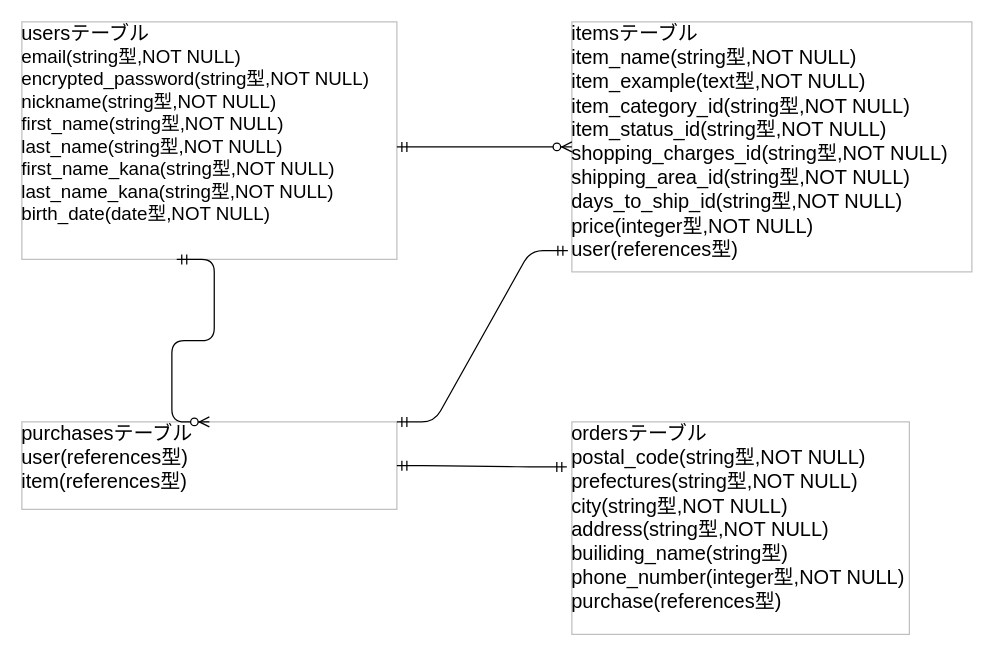
Before: db_design.dio in SK045YXMR/furima-35393, a draw.io diagram. Source tidied: cells renumbered, new cells numbered last; positions are measured from the earlier drawing's top-left corner, leaving out a move shared by most shapes. Both pictures are drawn from the tidied source at 125%, with x=0, y=0 at pixel (21, 21).
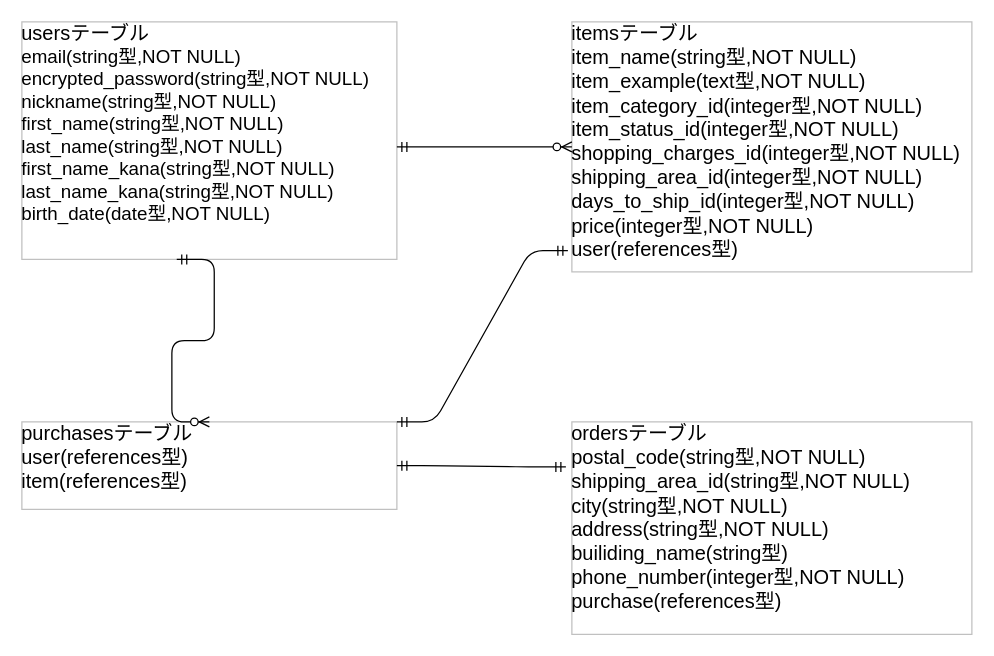
The same page after the edit.

Commit message (it also covers changes not shown here):
修正3:単数系から複数形及びitemsテーブルのカラムと同名のカラムに修正

Diff of the diagram source:
```diff
@@
 <mxGraphModel>
   <root>
     <mxCell id="0" />
     <mxCell id="1" parent="0" />
     <mxCell id="2" value="&lt;font size=&quot;3&quot;&gt;usersテーブル&lt;/font&gt;&lt;br&gt;&lt;font&gt;&lt;font&gt;&lt;span style=&quot;font-size: 15px&quot;&gt;email(string型,NOT NULL)&lt;/span&gt;&lt;br&gt;&lt;/font&gt;&lt;font style=&quot;font-size: 15px&quot;&gt;encrypted_password(string型,NOT NULL)&lt;br&gt;nickname(string型,NOT NULL)&lt;br&gt;&lt;font style=&quot;font-size: 15px&quot;&gt;first_name(string型,NOT NULL)&lt;/font&gt;&lt;br&gt;&lt;/font&gt;&lt;font style=&quot;font-size: 15px&quot;&gt;&lt;font style=&quot;font-size: 15px&quot;&gt;last_name(string型,NOT NULL)&lt;/font&gt;&lt;br&gt;&lt;/font&gt;&lt;font style=&quot;font-size: 15px&quot;&gt;first_name_kana(string型,NOT NULL)&lt;/font&gt;&lt;br&gt;&lt;font style=&quot;font-size: 15px&quot;&gt;last_name_kana(string型,NOT NULL)&lt;/font&gt;&lt;br&gt;&lt;/font&gt;&lt;font style=&quot;font-size: 15px&quot;&gt;&lt;font style=&quot;font-size: 15px&quot;&gt;birth_date(date型,NOT NULL)&lt;/font&gt;&lt;br&gt;&lt;br&gt;&lt;/font&gt;" style="text;html=1;strokeColor=#c0c0c0;fillColor=none;overflow=fill;" parent="1" vertex="1">
       <mxGeometry width="300" height="190" as="geometry" />
     </mxCell>
-    <mxCell id="3" value="&lt;font size=&quot;3&quot;&gt;itemsテーブル&lt;br&gt;item_name(string型,NOT NULL)&lt;br&gt;item_example(text型,NOT NULL)&lt;br&gt;item_category_id(string型,NOT NULL)&lt;br&gt;item_status_id(string型,NOT NULL)&lt;br&gt;shopping_charges_id(string型,NOT NULL)&lt;br&gt;shipping_area_id(string型,NOT NULL)&lt;br&gt;days_to_ship_id(string型,NOT NULL)&lt;br&gt;price(integer型,NOT NULL)&lt;br&gt;user(references型)&lt;br&gt;&lt;br&gt;&lt;br&gt;&lt;br&gt;&lt;/font&gt;" style="text;html=1;strokeColor=#c0c0c0;fillColor=none;overflow=fill;" parent="1" vertex="1">
+    <mxCell id="3" value="&lt;font size=&quot;3&quot;&gt;itemsテーブル&lt;br&gt;item_name(string型,NOT NULL)&lt;br&gt;item_example(text型,NOT NULL)&lt;br&gt;item_category_id(integer型,NOT NULL)&lt;br&gt;item_status_id(integer型,NOT NULL)&lt;br&gt;shopping_charges_id(integer型,NOT NULL)&lt;br&gt;shipping_area_id(integer型,NOT NULL)&lt;br&gt;days_to_ship_id(integer型,NOT NULL)&lt;br&gt;price(integer型,NOT NULL)&lt;br&gt;user(references型)&lt;br&gt;&lt;br&gt;&lt;br&gt;&lt;br&gt;&lt;/font&gt;" style="text;html=1;strokeColor=#c0c0c0;fillColor=none;overflow=fill;" parent="1" vertex="1">
       <mxGeometry x="440" width="320" height="200" as="geometry" />
     </mxCell>
     <mxCell id="4" value="&lt;font size=&quot;3&quot;&gt;purchasesテーブル&lt;br&gt;user(references型)&lt;br&gt;item(references型)&lt;br&gt;&lt;br&gt;&lt;br&gt;&lt;br&gt;&lt;br&gt;&lt;br&gt;&lt;br&gt;&lt;/font&gt;" style="text;html=1;strokeColor=#c0c0c0;fillColor=none;overflow=fill;" parent="1" vertex="1">
       <mxGeometry y="320" width="300" height="70" as="geometry" />
     </mxCell>
-    <mxCell id="5" value="&lt;font size=&quot;3&quot;&gt;ordersテーブル&lt;br&gt;postal_code(string型,NOT NULL)&lt;br&gt;prefectures(string型,NOT NULL)&lt;br&gt;city(string型,NOT NULL)&lt;br&gt;address(string型,NOT NULL)&lt;br&gt;builiding_name(string型)&lt;br&gt;phone_number(integer型,NOT NULL)&lt;br&gt;purchase(references型)&lt;br&gt;&lt;br&gt;&lt;br&gt;&lt;br&gt;&lt;/font&gt;" style="text;html=1;strokeColor=#c0c0c0;fillColor=none;overflow=fill;" parent="1" vertex="1">
-      <mxGeometry x="440" y="320" width="270" height="170" as="geometry" />
+    <mxCell id="5" value="&lt;font size=&quot;3&quot;&gt;ordersテーブル&lt;br&gt;postal_code(string型,NOT NULL)&lt;br&gt;shipping_area_id(string型,NOT NULL)&lt;br&gt;city(string型,NOT NULL)&lt;br&gt;address(string型,NOT NULL)&lt;br&gt;builiding_name(string型)&lt;br&gt;phone_number(integer型,NOT NULL)&lt;br&gt;purchase(references型)&lt;br&gt;&lt;br&gt;&lt;br&gt;&lt;br&gt;&lt;/font&gt;" style="text;html=1;strokeColor=#c0c0c0;fillColor=none;overflow=fill;" parent="1" vertex="1">
+      <mxGeometry x="440" y="320" width="320" height="170" as="geometry" />
     </mxCell>
     <mxCell id="6" style="edgeStyle=entityRelationEdgeStyle;fontSize=12;html=1;endArrow=ERzeroToMany;startArrow=ERmandOne;entryX=0;entryY=0.5;entryDx=0;entryDy=0;" parent="1" edge="1" target="3">
       <mxGeometry relative="1" as="geometry">
         <mxPoint x="300" y="100" as="sourcePoint" />
       </mxGeometry>
     </mxCell>
     <mxCell id="7" style="edgeStyle=entityRelationEdgeStyle;fontSize=12;html=1;endArrow=ERmandOne;startArrow=ERmandOne;exitX=1;exitY=0;exitDx=0;exitDy=0;entryX=-0.01;entryY=0.915;entryDx=0;entryDy=0;entryPerimeter=0;" parent="1" edge="1" source="4" target="3">
       <mxGeometry relative="1" as="geometry" />
     </mxCell>
     <mxCell id="8" style="edgeStyle=entityRelationEdgeStyle;fontSize=12;html=1;endArrow=ERmandOne;startArrow=ERmandOne;exitX=1;exitY=0.5;exitDx=0;exitDy=0;entryX=-0.015;entryY=0.212;entryDx=0;entryDy=0;entryPerimeter=0;" parent="1" edge="1" source="4" target="5">
       <mxGeometry relative="1" as="geometry" />
     </mxCell>
     <mxCell id="9" style="edgeStyle=entityRelationEdgeStyle;fontSize=12;html=1;endArrow=ERzeroToMany;startArrow=ERmandOne;exitX=0.413;exitY=1;exitDx=0;exitDy=0;exitPerimeter=0;entryX=0.5;entryY=0;entryDx=0;entryDy=0;" parent="1" edge="1" source="2" target="4">
       <mxGeometry relative="1" as="geometry" />
     </mxCell>
   </root>
 </mxGraphModel>
```
